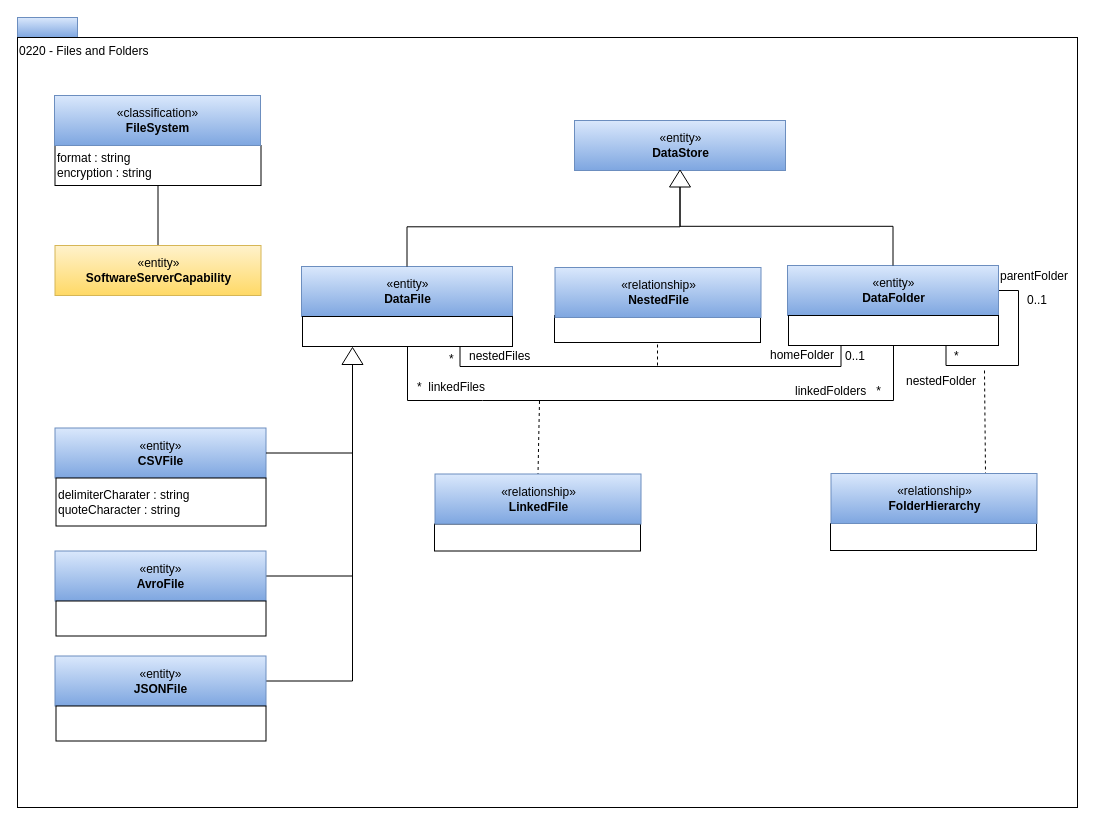
This is page "0220-Files-and-Folders" (8 of 8) of open-metadata-publication/website/open-metadata-types/area-2-assets.drawio from planetf1/egeria, a draw.io file, before an edit. Source tidied: cells renumbered, new cells numbered last; positions are measured from the earlier drawing's top-left corner, leaving out a move shared by most shapes. Both pictures are drawn from the tidied source at 100%, with x=0, y=0 at pixel (17, 17).
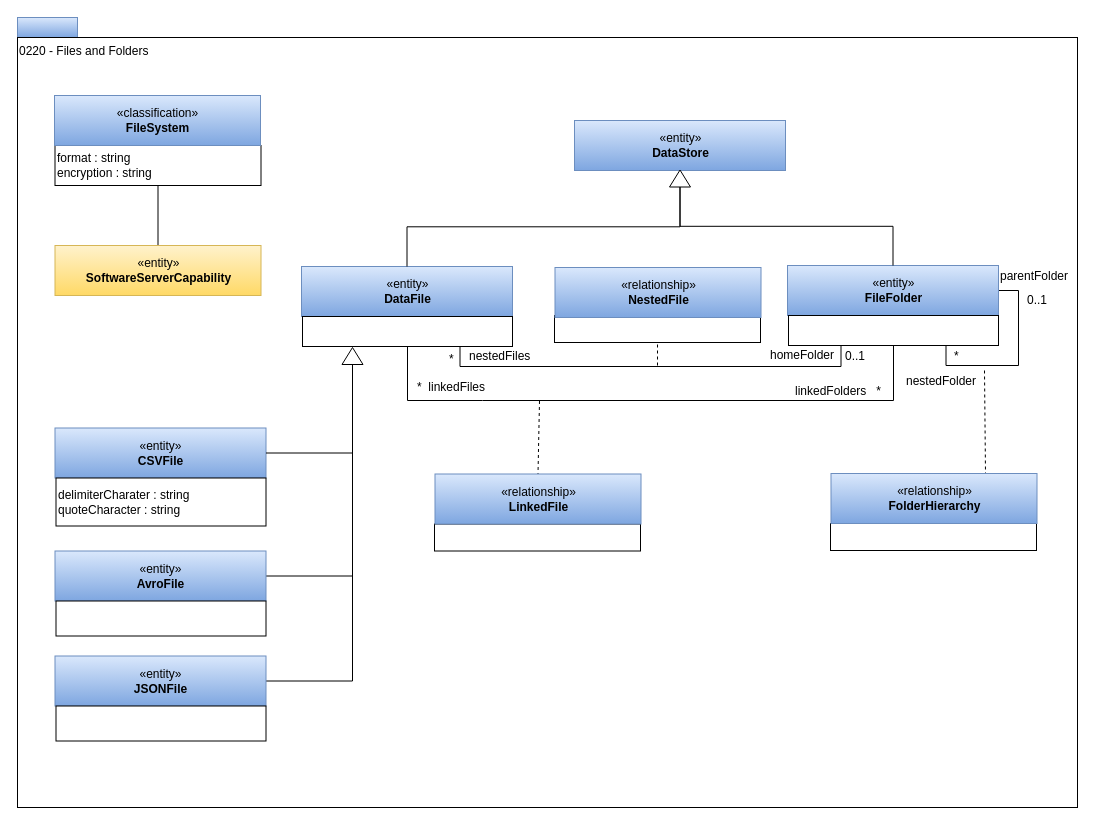
Above is the later version.

What changed in the source:
```diff
@@
-    <mxCell id="9" value="«entity»&lt;br&gt;&lt;b&gt;DataFolder&lt;/b&gt;" style="html=1;strokeColor=#6c8ebf;align=center;fillColor=#dae8fc;gradientColor=#7ea6e0;" parent="1" vertex="1">
+    <mxCell id="9" value="«entity»&lt;br&gt;&lt;b&gt;FileFolder&lt;/b&gt;" style="html=1;strokeColor=#6c8ebf;align=center;fillColor=#dae8fc;gradientColor=#7ea6e0;" parent="1" vertex="1">
       <mxGeometry x="770" y="248" width="211" height="50" as="geometry" />
     </mxCell>
```
